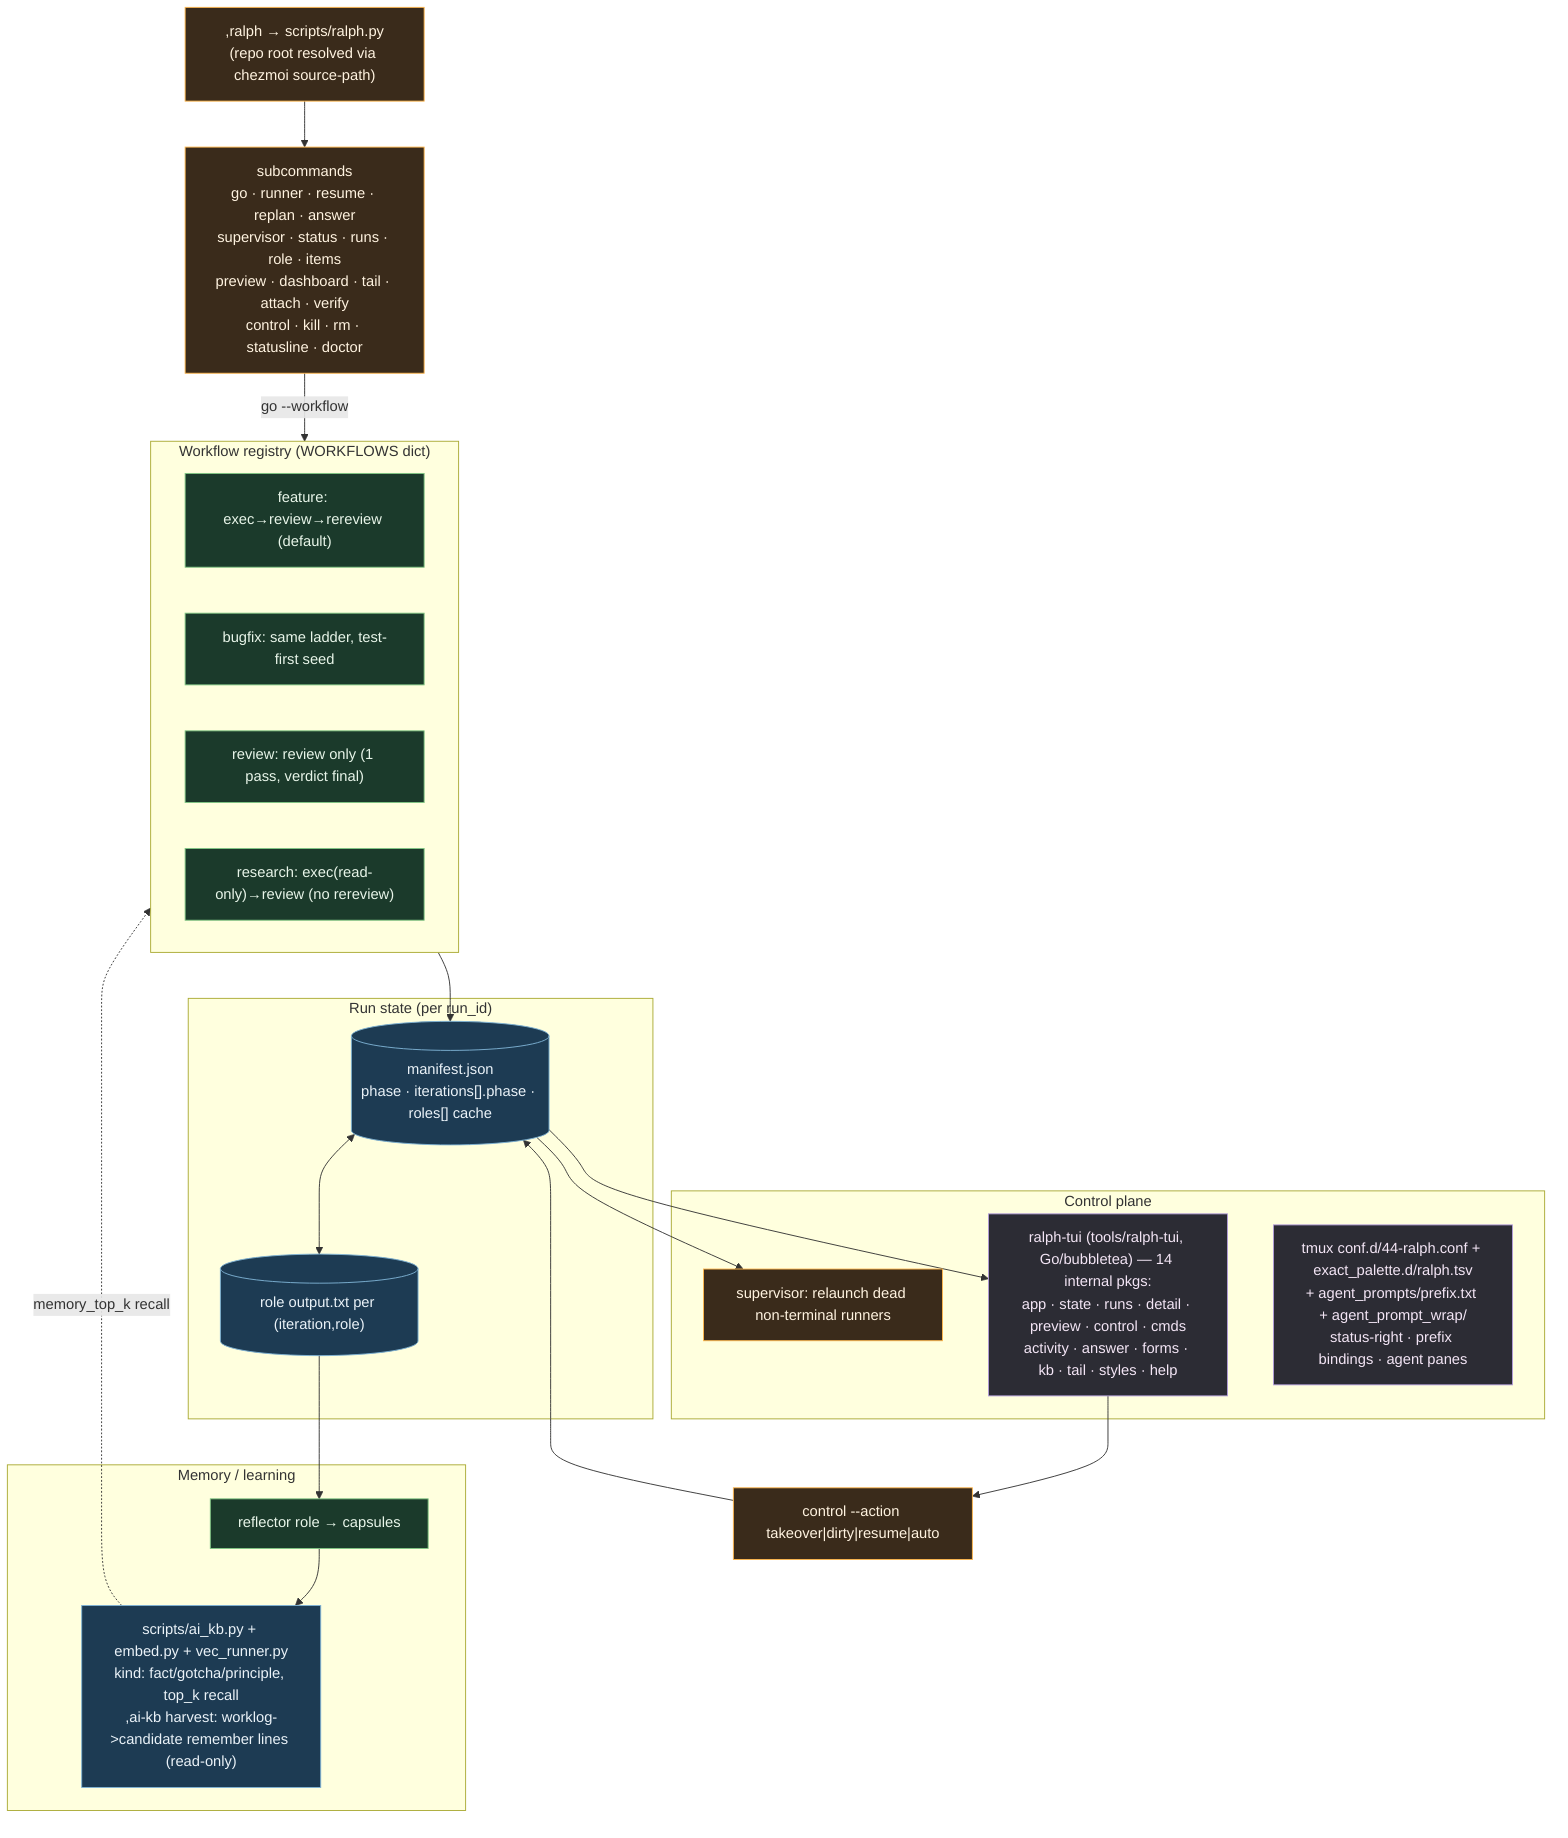
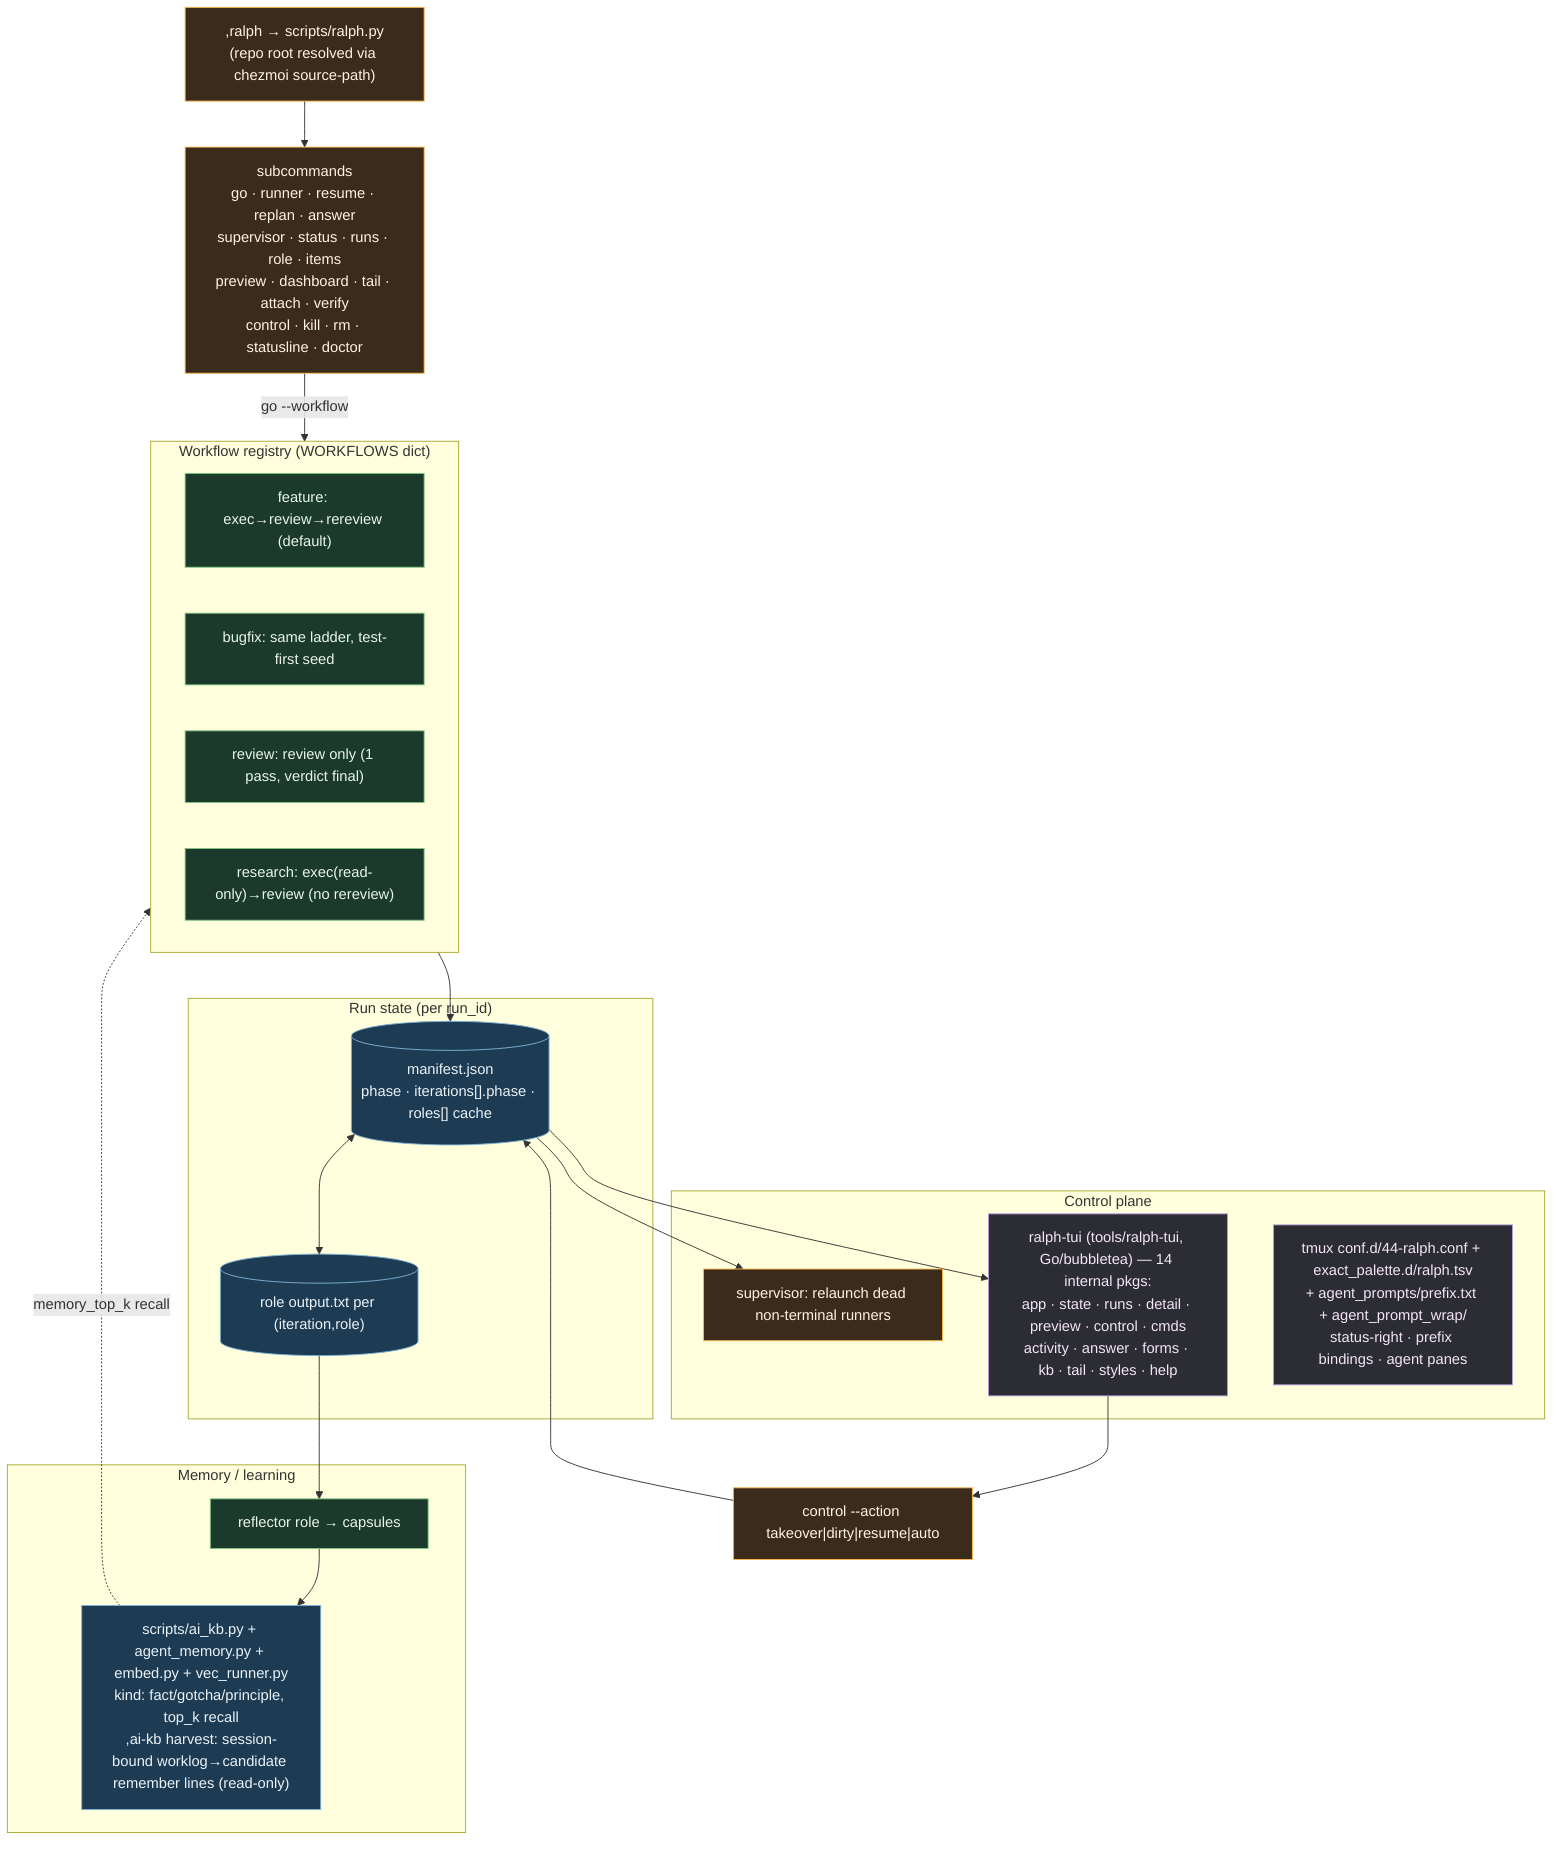
%% ============================================================================
%% 04b-ralph-control-plane.mmd — Ralph CLI surface, workflows, and tmux/TUI
%% control plane. Companion to 04-ralph-state-machine.mmd.
%% ============================================================================
flowchart TD
    classDef cli fill:#3a2b1b,stroke:#ffb74d,color:#fff3e0;
    classDef flow fill:#1b3a2b,stroke:#81c784,color:#e8f5e9;
    classDef tui fill:#2c2c34,stroke:#b39ddb,color:#f3e5f5;
    classDef data fill:#1d3b53,stroke:#7fb3d5,color:#eaf2f8;

    ENTRY[",ralph → scripts/ralph.py<br/>(repo root resolved via chezmoi source-path)"]:::cli

    ENTRY --> CMDS["subcommands<br/>go · runner · resume · replan · answer<br/>supervisor · status · runs · role · items<br/>preview · dashboard · tail · attach · verify<br/>control · kill · rm · statusline · doctor"]:::cli

    subgraph WF["Workflow registry (WORKFLOWS dict)"]
        FEAT["feature: exec→review→rereview (default)"]:::flow
        BUG["bugfix: same ladder, test-first seed"]:::flow
        REV["review: review only (1 pass, verdict final)"]:::flow
        RES["research: exec(read-only)→review (no rereview)"]:::flow
    end
    CMDS -->|go --workflow| WF

    subgraph STATE["Run state (per run_id)"]
        MAN[("manifest.json<br/>phase · iterations[].phase · roles[] cache")]:::data
        OUT[("role output.txt per (iteration,role)")]:::data
    end
    WF --> MAN
    MAN <--> OUT

    subgraph CONTROL["Control plane"]
        SUP["supervisor: relaunch dead non-terminal runners"]:::cli
        TUI["ralph-tui (tools/ralph-tui, Go/bubbletea) — 14 internal pkgs:<br/>app · state · runs · detail · preview · control · cmds<br/>activity · answer · forms · kb · tail · styles · help"]:::tui
        TMUX["tmux conf.d/44-ralph.conf + exact_palette.d/ralph.tsv<br/>+ agent_prompts/prefix.txt + agent_prompt_wrap/<br/>status-right · prefix bindings · agent panes"]:::tui
    end
    MAN --> TUI
    MAN --> SUP
    TUI --> CONTROLCMD["control --action takeover|dirty|resume|auto"]:::cli
    CONTROLCMD --> MAN

    subgraph KB["Memory / learning"]
        REFLECT["reflector role → capsules"]:::flow
-         AIKB["scripts/ai_kb.py + embed.py + vec_runner.py<br/>kind: fact/gotcha/principle, top_k recall<br/>,ai-kb harvest: worklog->candidate remember lines (read-only)"]:::data
+         AIKB["scripts/ai_kb.py + agent_memory.py + embed.py + vec_runner.py<br/>kind: fact/gotcha/principle, top_k recall<br/>,ai-kb harvest: session-bound worklog→candidate remember lines (read-only)"]:::data
    end
    OUT --> REFLECT --> AIKB
    AIKB -.memory_top_k recall.-> WF
